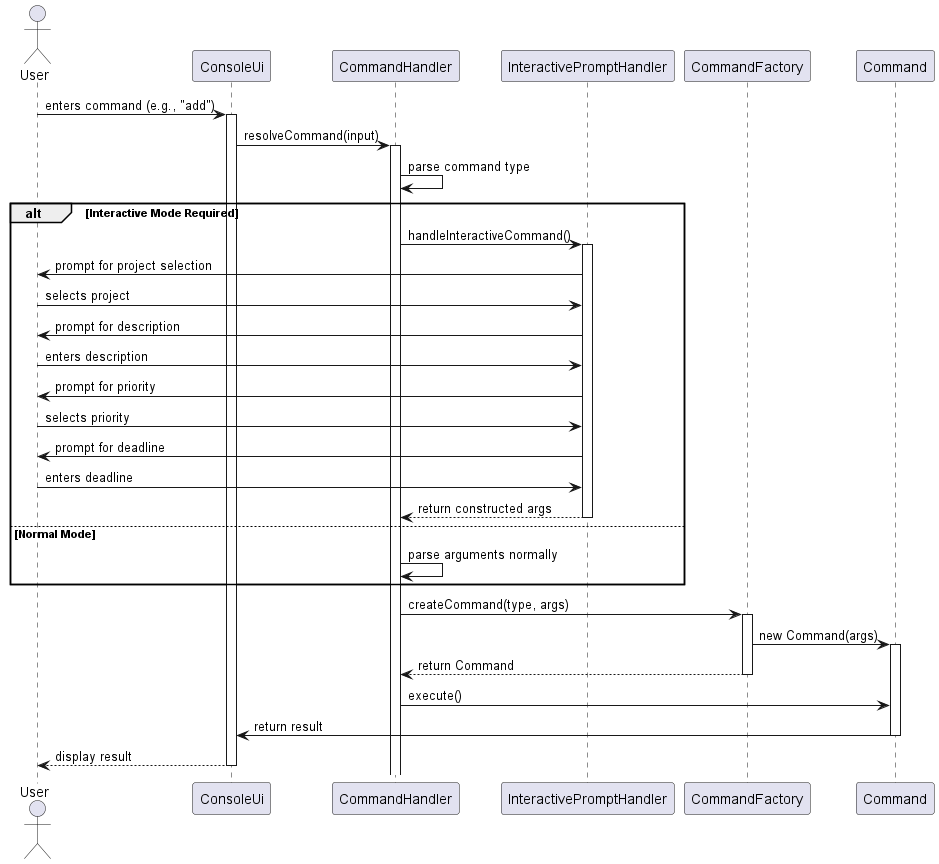
sean6369/tp keeps this PlantUML diagram as docs/plantUML/command-processing-sequence/Command Processing Sequence Diagram.png. Above is the earlier version.
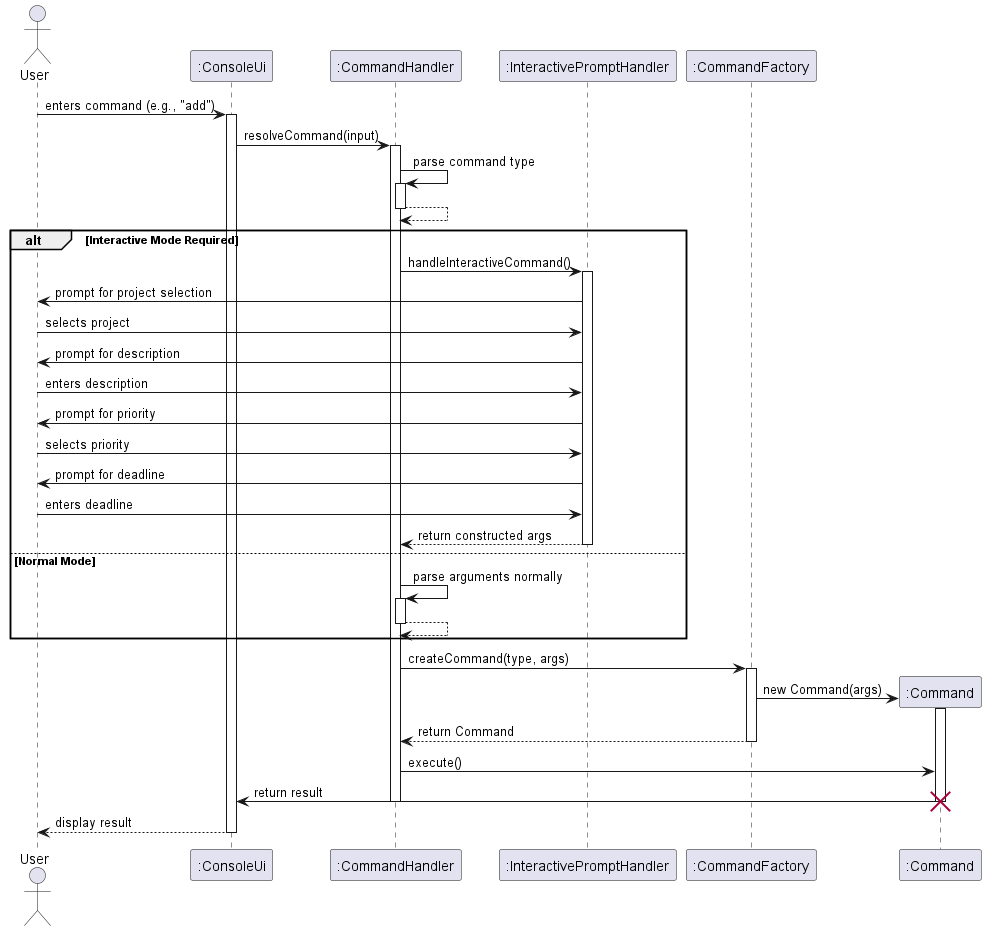
The same diagram one commit later.

What changed in the source:
```diff
@@ -1,17 +1,20 @@
 @startuml Command Processing Sequence Diagram
 
 actor User
-participant ConsoleUi
-participant CommandHandler
-participant InteractivePromptHandler
-participant CommandFactory
-participant Command
+participant ":ConsoleUi" as ConsoleUi
+participant ":CommandHandler" as CommandHandler
+participant ":InteractivePromptHandler" as InteractivePromptHandler
+participant ":CommandFactory" as CommandFactory
+participant ":Command" as Command
 
 User -> ConsoleUi: enters command (e.g., "add")
 activate ConsoleUi
 ConsoleUi -> CommandHandler: resolveCommand(input)
 activate CommandHandler
 CommandHandler -> CommandHandler: parse command type
+activate CommandHandler
+CommandHandler --> CommandHandler
+deactivate CommandHandler
 
 alt Interactive Mode Required
     CommandHandler -> InteractivePromptHandler: handleInteractiveCommand()
@@ -28,10 +31,14 @@
     deactivate InteractivePromptHandler
 else Normal Mode
     CommandHandler -> CommandHandler: parse arguments normally
+    activate CommandHandler
+    CommandHandler --> CommandHandler
+    deactivate CommandHandler
 end
 
 CommandHandler -> CommandFactory: createCommand(type, args)
 activate CommandFactory
+create Command
 CommandFactory -> Command: new Command(args)
 activate Command
 CommandFactory --> CommandHandler: return Command
@@ -39,6 +46,8 @@
 CommandHandler -> Command: execute()
 Command -> ConsoleUi: return result
 deactivate Command
+destroy Command
+deactivate CommandHandler
 ConsoleUi --> User: display result
 deactivate ConsoleUi
 
```
